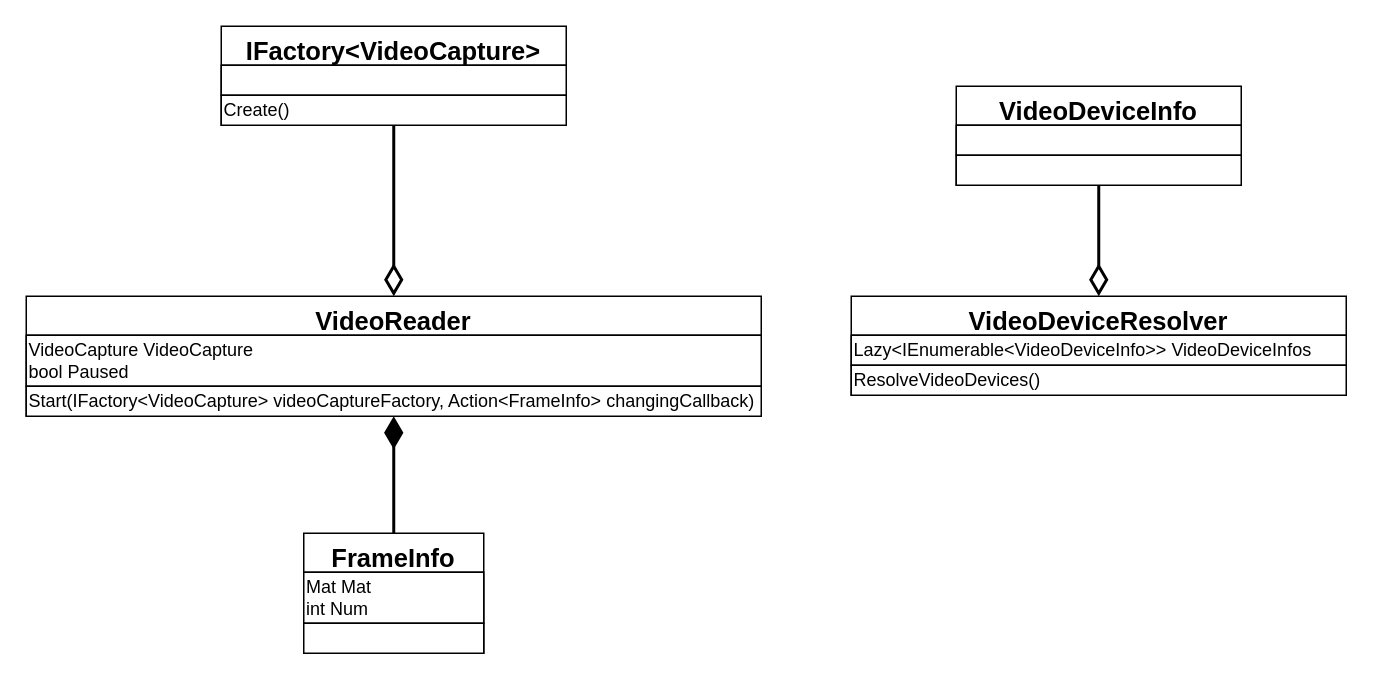
This is page "Reading" (6 of 11) of Engineering/Packets-detailed.drawio from GoldGreen/Skeletonization, a draw.io file, before an edit. Source tidied: cells renumbered, new cells numbered last; positions are measured from the earlier drawing's top-left corner, leaving out a move shared by most shapes. Both pictures are drawn from the tidied source at 150%, with x=0, y=0 at pixel (26, 26).
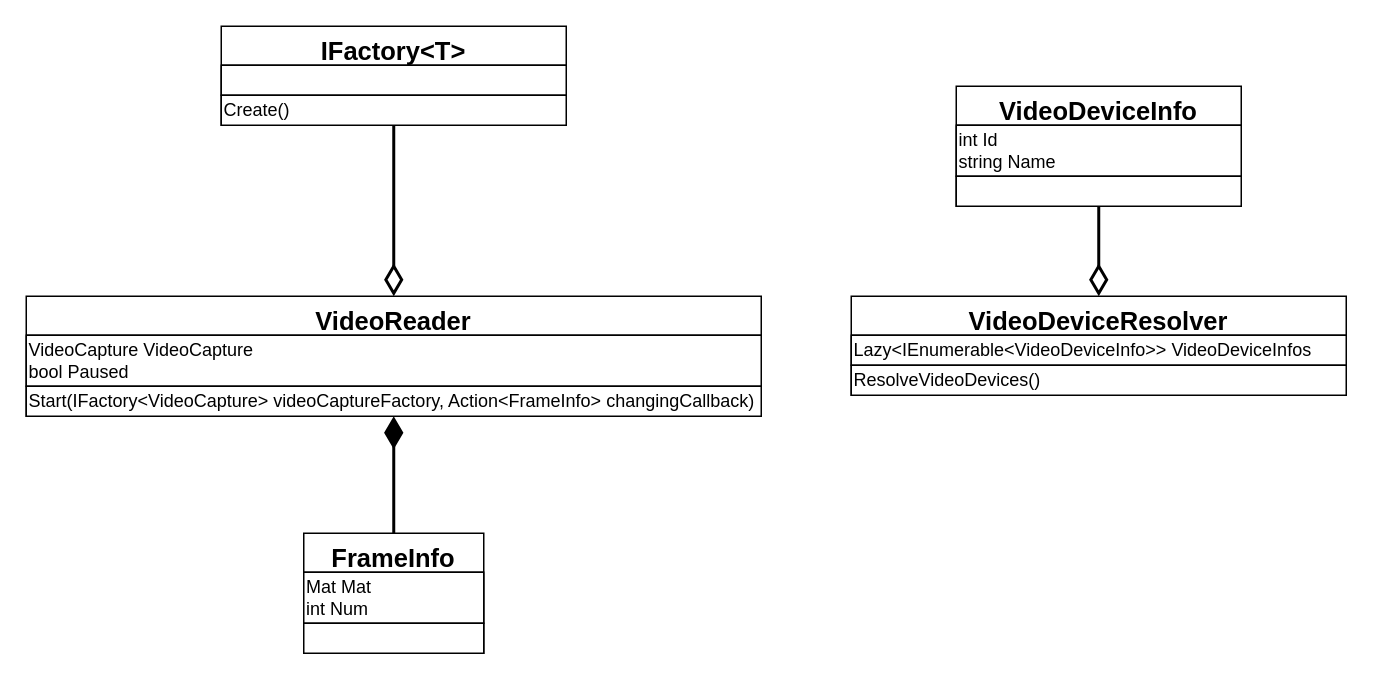
After the change.

Change to the diagram source:
```diff
@@
 <mxGraphModel>
   <root>
     <mxCell id="0" />
     <mxCell id="1" parent="0" />
     <mxCell id="2" value=" " style="edgeStyle=orthogonalEdgeStyle;rounded=0;jettySize=auto;html=1;exitX=0.5;exitY=0;exitDx=0;exitDy=0;fontSize=17;endArrow=none;endFill=0;startSize=16;endSize=14;strokeWidth=2;entryX=0.5;entryY=1;entryDx=0;entryDy=0;startArrow=diamondThin;startFill=0;" parent="1" edge="1" source="4" target="14">
       <mxGeometry relative="1" as="geometry" />
     </mxCell>
     <mxCell id="3" value=" " style="edgeStyle=orthogonalEdgeStyle;rounded=0;jettySize=auto;html=1;exitX=0.5;exitY=1;exitDx=0;exitDy=0;entryX=0.5;entryY=0;entryDx=0;entryDy=0;fontFamily=Helvetica;fontSize=18;fontColor=default;endArrow=none;endFill=0;startSize=16;endSize=13;strokeWidth=2;startArrow=diamondThin;startFill=1;" parent="1" edge="1" source="4" target="17">
       <mxGeometry relative="1" as="geometry" />
     </mxCell>
     <mxCell id="4" value="VideoReader" style="swimlane;fontStyle=1;align=center;verticalAlign=top;horizontal=1;startSize=26;fontSize=17;" parent="1" vertex="1">
       <mxGeometry y="180" width="490" height="80" as="geometry" />
     </mxCell>
     <mxCell id="5" value="VideoCapture VideoCapture&lt;br&gt;bool Paused" style="rounded=0;whiteSpace=wrap;html=1;fontFamily=Helvetica;fontSize=12;fontColor=default;startSize=26;strokeColor=default;fillColor=default;align=left;" parent="4" vertex="1">
       <mxGeometry y="26" width="490" height="34" as="geometry" />
     </mxCell>
     <mxCell id="6" value="Start(IFactory&amp;lt;VideoCapture&amp;gt; videoCaptureFactory, Action&amp;lt;FrameInfo&amp;gt; changingCallback)" style="rounded=0;whiteSpace=wrap;html=1;fontFamily=Helvetica;fontSize=12;fontColor=default;startSize=26;strokeColor=default;fillColor=default;align=left;" parent="4" vertex="1">
       <mxGeometry y="60" width="490" height="20" as="geometry" />
     </mxCell>
     <mxCell id="7" value=" " style="edgeStyle=orthogonalEdgeStyle;rounded=0;jettySize=auto;html=1;exitX=0.5;exitY=0;exitDx=0;exitDy=0;entryX=0.5;entryY=1;entryDx=0;entryDy=0;fontSize=17;endArrow=none;endFill=0;startSize=16;endSize=14;strokeWidth=2;startArrow=diamondThin;startFill=0;" parent="1" edge="1" source="8" target="11">
       <mxGeometry relative="1" as="geometry" />
     </mxCell>
     <mxCell id="8" value="VideoDeviceResolver" style="swimlane;fontStyle=1;align=center;verticalAlign=top;horizontal=1;startSize=26;fontSize=17;" parent="1" vertex="1">
       <mxGeometry x="550" y="180" width="330" height="66" as="geometry" />
     </mxCell>
     <mxCell id="9" value="Lazy&amp;lt;IEnumerable&amp;lt;VideoDeviceInfo&amp;gt;&amp;gt; VideoDeviceInfos" style="rounded=0;whiteSpace=wrap;html=1;fontFamily=Helvetica;fontSize=12;fontColor=default;startSize=26;strokeColor=default;fillColor=default;align=left;" parent="8" vertex="1">
       <mxGeometry y="26" width="330" height="20" as="geometry" />
     </mxCell>
     <mxCell id="10" value="ResolveVideoDevices()" style="rounded=0;whiteSpace=wrap;html=1;fontFamily=Helvetica;fontSize=12;fontColor=default;startSize=26;strokeColor=default;fillColor=default;align=left;" parent="8" vertex="1">
       <mxGeometry y="46" width="330" height="20" as="geometry" />
     </mxCell>
     <mxCell id="11" value="VideoDeviceInfo" style="swimlane;fontStyle=1;align=center;verticalAlign=top;horizontal=1;startSize=26;fontSize=17;" parent="1" vertex="1">
-      <mxGeometry x="620" y="40" width="190" height="66" as="geometry" />
+      <mxGeometry x="620" y="40" width="190" height="80" as="geometry" />
     </mxCell>
-    <mxCell id="12" style="rounded=0;whiteSpace=wrap;html=1;fontFamily=Helvetica;fontSize=12;fontColor=default;startSize=26;strokeColor=default;fillColor=default;align=left;" parent="11" vertex="1">
-      <mxGeometry y="26" width="190" height="20" as="geometry" />
+    <mxCell id="12" value="int Id&lt;br&gt;string Name" style="rounded=0;whiteSpace=wrap;html=1;fontFamily=Helvetica;fontSize=12;fontColor=default;startSize=26;strokeColor=default;fillColor=default;align=left;" parent="11" vertex="1">
+      <mxGeometry y="26" width="190" height="34" as="geometry" />
     </mxCell>
     <mxCell id="13" style="rounded=0;whiteSpace=wrap;html=1;fontFamily=Helvetica;fontSize=12;fontColor=default;startSize=26;strokeColor=default;fillColor=default;align=left;" parent="11" vertex="1">
-      <mxGeometry y="46" width="190" height="20" as="geometry" />
+      <mxGeometry y="60" width="190" height="20" as="geometry" />
     </mxCell>
-    <mxCell id="14" value="IFactory&lt;VideoCapture&gt;" style="swimlane;fontStyle=1;align=center;verticalAlign=top;horizontal=1;startSize=26;fontSize=17;" parent="1" vertex="1">
+    <mxCell id="14" value="IFactory&lt;T&gt;" style="swimlane;fontStyle=1;align=center;verticalAlign=top;horizontal=1;startSize=26;fontSize=17;" parent="1" vertex="1">
       <mxGeometry x="130" width="230" height="66" as="geometry" />
     </mxCell>
     <mxCell id="15" style="rounded=0;whiteSpace=wrap;html=1;fontFamily=Helvetica;fontSize=12;fontColor=default;startSize=26;strokeColor=default;fillColor=default;align=left;" parent="14" vertex="1">
       <mxGeometry y="26" width="230" height="20" as="geometry" />
     </mxCell>
     <mxCell id="16" value="Create()" style="rounded=0;whiteSpace=wrap;html=1;fontFamily=Helvetica;fontSize=12;fontColor=default;startSize=26;strokeColor=default;fillColor=default;align=left;" parent="14" vertex="1">
       <mxGeometry y="46" width="230" height="20" as="geometry" />
     </mxCell>
     <mxCell id="17" value="FrameInfo" style="swimlane;fontStyle=1;align=center;verticalAlign=top;horizontal=1;startSize=26;fontSize=17;" parent="1" vertex="1">
       <mxGeometry x="185" y="338" width="120" height="80" as="geometry" />
     </mxCell>
     <mxCell id="18" value="Mat Mat&lt;br&gt;int Num" style="rounded=0;whiteSpace=wrap;html=1;fontFamily=Helvetica;fontSize=12;fontColor=default;startSize=26;strokeColor=default;fillColor=default;align=left;" parent="17" vertex="1">
       <mxGeometry y="26" width="120" height="34" as="geometry" />
     </mxCell>
     <mxCell id="19" style="rounded=0;whiteSpace=wrap;html=1;fontFamily=Helvetica;fontSize=12;fontColor=default;startSize=26;strokeColor=default;fillColor=default;align=left;" parent="17" vertex="1">
       <mxGeometry y="60" width="120" height="20" as="geometry" />
     </mxCell>
   </root>
 </mxGraphModel>
```
